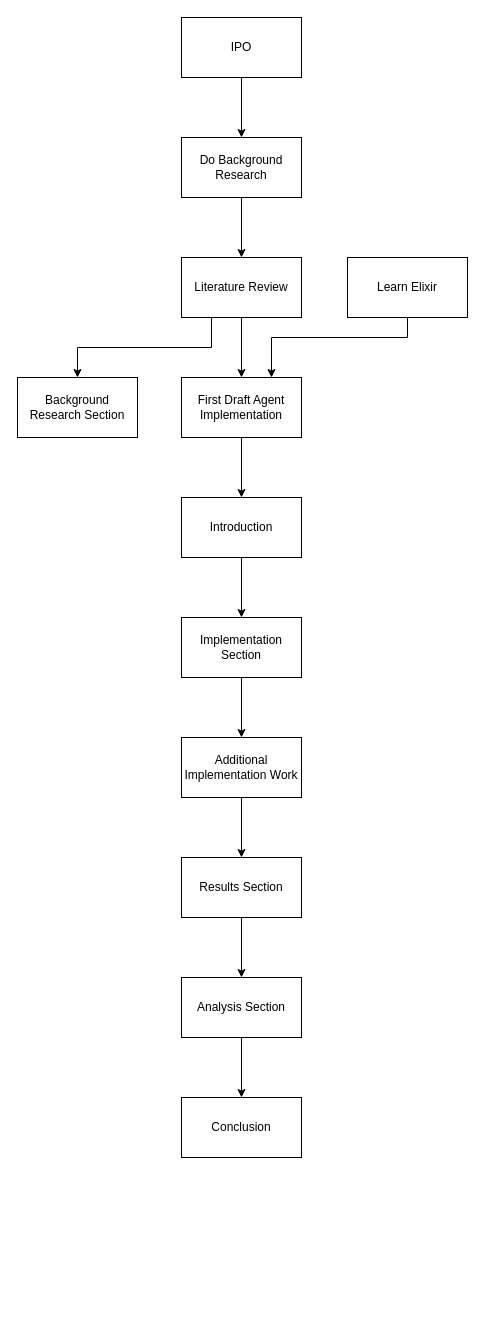
Before: management/product_flow.drawio in glugg23/honours_project, a draw.io diagram. Source tidied: cells renumbered, new cells numbered last; positions are measured from the earlier drawing's top-left corner, leaving out a move shared by most shapes. Both pictures are drawn from the tidied source at 100%, with x=0, y=0 at pixel (17, 17).
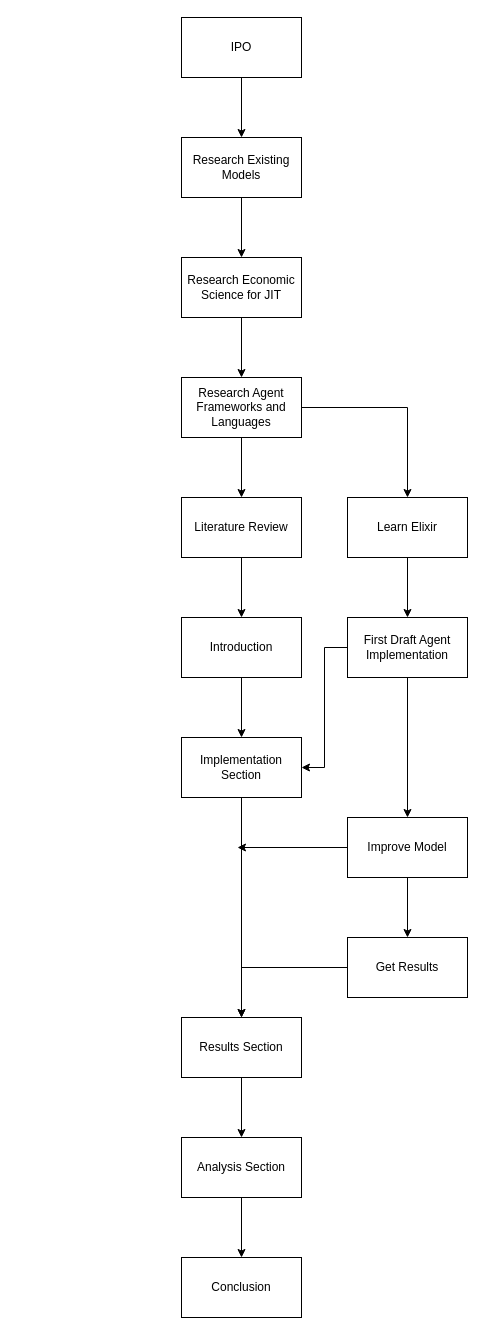
After the change.

Commit message (it also covers changes not shown here):
Update product flow diagram

What changed in the source:
```diff
@@
-    <mxCell id="4" style="edgeStyle=orthogonalEdgeStyle;rounded=0;jettySize=auto;html=1;entryX=0.5;entryY=0;entryDx=0;entryDy=0;" parent="1" edge="1" source="5" target="8">
-      <mxGeometry relative="1" as="geometry" />
-    </mxCell>
+    <mxCell id="25" style="edgeStyle=orthogonalEdgeStyle;rounded=0;jettySize=auto;html=1;entryX=0.5;entryY=0;entryDx=0;entryDy=0;" parent="1" edge="1" source="5" target="31">
+      <mxGeometry relative="1" as="geometry" />
+    </mxCell>
-    <mxCell id="5" value="Do Background Research" style="rounded=0;whiteSpace=wrap;html=1;" parent="1" vertex="1">
+    <mxCell id="5" value="Research Existing Models" style="rounded=0;whiteSpace=wrap;html=1;" parent="1" vertex="1">
       <mxGeometry x="164" y="120" width="120" height="60" as="geometry" />
     </mxCell>
-    <mxCell id="6" style="edgeStyle=orthogonalEdgeStyle;rounded=0;jettySize=auto;html=1;entryX=0.5;entryY=0;entryDx=0;entryDy=0;" parent="1" edge="1" source="8" target="12">
-      <mxGeometry relative="1" as="geometry" />
-    </mxCell>
-    <mxCell id="7" style="edgeStyle=orthogonalEdgeStyle;rounded=0;jettySize=auto;html=1;exitX=0.25;exitY=1;exitDx=0;exitDy=0;entryX=0.5;entryY=0;entryDx=0;entryDy=0;" parent="1" edge="1" source="8" target="15">
-      <mxGeometry relative="1" as="geometry" />
-    </mxCell>
+    <mxCell id="26" style="edgeStyle=orthogonalEdgeStyle;rounded=0;jettySize=auto;html=1;entryX=0.5;entryY=0;entryDx=0;entryDy=0;" parent="1" edge="1" source="8" target="14">
+      <mxGeometry relative="1" as="geometry" />
+    </mxCell>
     <mxCell id="8" value="Literature Review" style="rounded=0;whiteSpace=wrap;html=1;" parent="1" vertex="1">
-      <mxGeometry x="164" y="240" width="120" height="60" as="geometry" />
+      <mxGeometry x="164" y="480" width="120" height="60" as="geometry" />
     </mxCell>
-    <mxCell id="9" style="edgeStyle=orthogonalEdgeStyle;rounded=0;jettySize=auto;html=1;entryX=0.75;entryY=0;entryDx=0;entryDy=0;" parent="1" edge="1" source="10" target="12">
-      <mxGeometry relative="1" as="geometry">
-        <Array as="points">
-          <mxPoint x="390" y="320" />
-          <mxPoint x="254" y="320" />
-        </Array>
-      </mxGeometry>
+    <mxCell id="9" style="edgeStyle=orthogonalEdgeStyle;rounded=0;jettySize=auto;html=1;entryX=0.5;entryY=0;entryDx=0;entryDy=0;" parent="1" edge="1" source="10" target="12">
+      <mxGeometry relative="1" as="geometry" />
     </mxCell>
     <mxCell id="10" value="Learn Elixir" style="rounded=0;whiteSpace=wrap;html=1;" parent="1" vertex="1">
-      <mxGeometry x="330" y="240" width="120" height="60" as="geometry" />
+      <mxGeometry x="330" y="480" width="120" height="60" as="geometry" />
     </mxCell>
-    <mxCell id="11" style="edgeStyle=orthogonalEdgeStyle;rounded=0;jettySize=auto;html=1;entryX=0.5;entryY=0;entryDx=0;entryDy=0;" parent="1" edge="1" source="12" target="14">
-      <mxGeometry relative="1" as="geometry" />
-    </mxCell>
+    <mxCell id="27" style="edgeStyle=orthogonalEdgeStyle;rounded=0;jettySize=auto;html=1;entryX=1;entryY=0.5;entryDx=0;entryDy=0;" parent="1" edge="1" source="12" target="17">
+      <mxGeometry relative="1" as="geometry" />
+    </mxCell>
+    <mxCell id="28" style="edgeStyle=orthogonalEdgeStyle;rounded=0;jettySize=auto;html=1;entryX=0.5;entryY=0;entryDx=0;entryDy=0;" parent="1" edge="1" source="12" target="37">
+      <mxGeometry relative="1" as="geometry" />
+    </mxCell>
     <mxCell id="12" value="First Draft Agent Implementation" style="rounded=0;whiteSpace=wrap;html=1;" parent="1" vertex="1">
-      <mxGeometry x="164" y="360" width="120" height="60" as="geometry" />
+      <mxGeometry x="330" y="600" width="120" height="60" as="geometry" />
     </mxCell>
@@
     <mxCell id="14" value="Introduction" style="rounded=0;whiteSpace=wrap;html=1;" parent="1" vertex="1">
-      <mxGeometry x="164" y="480" width="120" height="60" as="geometry" />
+      <mxGeometry x="164" y="600" width="120" height="60" as="geometry" />
     </mxCell>
-    <mxCell id="15" value="Background Research Section" style="rounded=0;whiteSpace=wrap;html=1;" parent="1" vertex="1">
-      <mxGeometry y="360" width="120" height="60" as="geometry" />
-    </mxCell>
-    <mxCell id="16" style="edgeStyle=orthogonalEdgeStyle;rounded=0;jettySize=auto;html=1;entryX=0.5;entryY=0;entryDx=0;entryDy=0;" parent="1" edge="1" source="17" target="24">
-      <mxGeometry relative="1" as="geometry" />
-    </mxCell>
+    <mxCell id="29" style="edgeStyle=orthogonalEdgeStyle;rounded=0;jettySize=auto;html=1;entryX=0.5;entryY=0;entryDx=0;entryDy=0;" parent="1" edge="1" source="17" target="19">
+      <mxGeometry relative="1" as="geometry" />
+    </mxCell>
     <mxCell id="17" value="Implementation Section" style="rounded=0;whiteSpace=wrap;html=1;" parent="1" vertex="1">
-      <mxGeometry x="164" y="600" width="120" height="60" as="geometry" />
+      <mxGeometry x="164" y="720" width="120" height="60" as="geometry" />
     </mxCell>
@@
     <mxCell id="19" value="Results Section" style="rounded=0;whiteSpace=wrap;html=1;" parent="1" vertex="1">
-      <mxGeometry x="164" y="840" width="120" height="60" as="geometry" />
+      <mxGeometry x="164" y="1000" width="120" height="60" as="geometry" />
     </mxCell>
@@
     <mxCell id="21" value="Analysis Section" style="rounded=0;whiteSpace=wrap;html=1;" parent="1" vertex="1">
-      <mxGeometry x="164" y="960" width="120" height="60" as="geometry" />
+      <mxGeometry x="164" y="1120" width="120" height="60" as="geometry" />
     </mxCell>
     <mxCell id="22" value="Conclusion" style="rounded=0;whiteSpace=wrap;html=1;" parent="1" vertex="1">
-      <mxGeometry x="164" y="1080" width="120" height="60" as="geometry" />
+      <mxGeometry x="164" y="1240" width="120" height="60" as="geometry" />
     </mxCell>
-    <mxCell id="23" style="edgeStyle=orthogonalEdgeStyle;rounded=0;jettySize=auto;html=1;entryX=0.5;entryY=0;entryDx=0;entryDy=0;" parent="1" edge="1" source="24" target="19">
-      <mxGeometry relative="1" as="geometry" />
-    </mxCell>
-    <mxCell id="24" value="Additional Implementation Work" style="rounded=0;whiteSpace=wrap;html=1;" parent="1" vertex="1">
-      <mxGeometry x="164" y="720" width="120" height="60" as="geometry" />
-    </mxCell>
+    <mxCell id="30" style="edgeStyle=orthogonalEdgeStyle;rounded=0;jettySize=auto;html=1;entryX=0.5;entryY=0;entryDx=0;entryDy=0;" parent="1" edge="1" source="31" target="34">
+      <mxGeometry relative="1" as="geometry" />
+    </mxCell>
+    <mxCell id="31" value="Research Economic Science for JIT" style="rounded=0;whiteSpace=wrap;html=1;" parent="1" vertex="1">
+      <mxGeometry x="164" y="240" width="120" height="60" as="geometry" />
+    </mxCell>
+    <mxCell id="32" style="edgeStyle=orthogonalEdgeStyle;rounded=0;jettySize=auto;html=1;" parent="1" edge="1" source="34" target="8">
+      <mxGeometry relative="1" as="geometry" />
+    </mxCell>
+    <mxCell id="33" style="edgeStyle=orthogonalEdgeStyle;rounded=0;jettySize=auto;html=1;" parent="1" edge="1" source="34" target="10">
+      <mxGeometry relative="1" as="geometry" />
+    </mxCell>
+    <mxCell id="34" value="Research Agent Frameworks and Languages" style="rounded=0;whiteSpace=wrap;html=1;" parent="1" vertex="1">
+      <mxGeometry x="164" y="360" width="120" height="60" as="geometry" />
+    </mxCell>
+    <mxCell id="35" style="edgeStyle=orthogonalEdgeStyle;rounded=0;jettySize=auto;html=1;entryX=0.5;entryY=0;entryDx=0;entryDy=0;" parent="1" edge="1" source="37" target="39">
+      <mxGeometry relative="1" as="geometry" />
+    </mxCell>
+    <mxCell id="36" style="edgeStyle=orthogonalEdgeStyle;rounded=0;jettySize=auto;html=1;" parent="1" edge="1" source="37">
+      <mxGeometry relative="1" as="geometry">
+        <mxPoint x="220" y="830" as="targetPoint" />
+      </mxGeometry>
+    </mxCell>
+    <mxCell id="37" value="Improve Model" style="rounded=0;whiteSpace=wrap;html=1;" parent="1" vertex="1">
+      <mxGeometry x="330" y="800" width="120" height="60" as="geometry" />
+    </mxCell>
+    <mxCell id="38" style="edgeStyle=orthogonalEdgeStyle;rounded=0;jettySize=auto;html=1;entryX=0.5;entryY=0;entryDx=0;entryDy=0;" parent="1" edge="1" source="39" target="19">
+      <mxGeometry relative="1" as="geometry" />
+    </mxCell>
+    <mxCell id="39" value="Get Results" style="rounded=0;whiteSpace=wrap;html=1;" parent="1" vertex="1">
+      <mxGeometry x="330" y="920" width="120" height="60" as="geometry" />
+    </mxCell>
```
